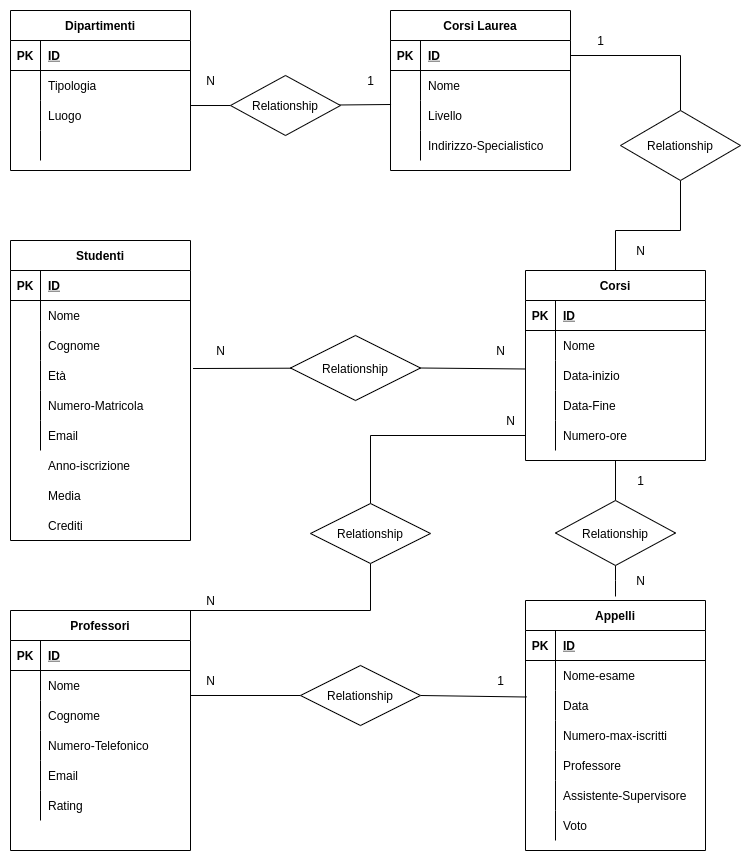
Before: Università-vector.drawio.png, a diagram exported from draw.io (JeromeBranchetti/db-university). Source tidied: cells renumbered, new cells last; positions are measured from the earlier drawing's top-left corner, leaving out a move shared by most shapes.
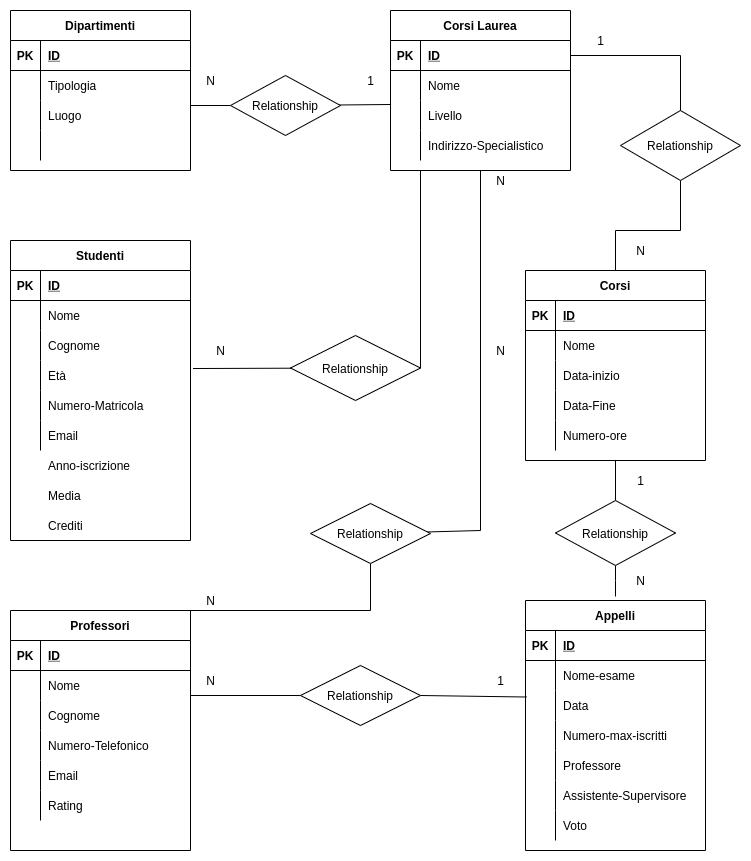
After the commit.

Commit message:
correzione immagine relazione studenti corso laurea

The edit, as a diff of the source:
```diff
@@ -360,8 +360,10 @@
     <mxCell id="118" style="edgeStyle=none;rounded=0;jettySize=auto;html=1;entryX=1.014;entryY=0.267;entryDx=0;entryDy=0;entryPerimeter=0;endArrow=none;endFill=0;" parent="1" edge="1" source="120" target="38">
       <mxGeometry relative="1" as="geometry" />
     </mxCell>
-    <mxCell id="119" style="edgeStyle=none;rounded=0;jettySize=auto;html=1;exitX=1;exitY=0.5;exitDx=0;exitDy=0;entryX=0;entryY=0.283;entryDx=0;entryDy=0;entryPerimeter=0;endArrow=none;endFill=0;" parent="1" edge="1" source="120" target="95">
-      <mxGeometry relative="1" as="geometry" />
+    <mxCell id="119" style="edgeStyle=none;rounded=0;jettySize=auto;html=1;exitX=1;exitY=0.5;exitDx=0;exitDy=0;endArrow=none;endFill=0;" parent="1" edge="1" source="120">
+      <mxGeometry relative="1" as="geometry">
+        <mxPoint x="410" y="160" as="targetPoint" />
+      </mxGeometry>
     </mxCell>
     <mxCell id="120" value="Relationship" style="shape=rhombus;perimeter=rhombusPerimeter;whiteSpace=wrap;html=1;align=center;" parent="1" vertex="1">
       <mxGeometry x="280" y="325" width="130" height="65" as="geometry" />
@@ -418,13 +420,13 @@
         </Array>
       </mxGeometry>
     </mxCell>
-    <mxCell id="134" style="edgeStyle=none;rounded=0;jettySize=auto;html=1;exitX=0.5;exitY=0;exitDx=0;exitDy=0;entryX=0;entryY=0.5;entryDx=0;entryDy=0;endArrow=none;endFill=0;" parent="1" edge="1" source="135" target="101">
-      <mxGeometry relative="1" as="geometry">
-        <Array as="points">
-          <mxPoint x="360" y="425" />
-        </Array>
-      </mxGeometry>
-    </mxCell>
+    <mxCell id="140" style="edgeStyle=none;rounded=0;jettySize=auto;html=1;entryX=0.5;entryY=1;entryDx=0;entryDy=0;endArrow=none;endFill=0;" parent="1" edge="1" source="135" target="15">
+      <mxGeometry relative="1" as="geometry">
+        <Array as="points">
+          <mxPoint x="470" y="520" />
+        </Array>
+      </mxGeometry>
+    </mxCell>
     <mxCell id="135" value="Relationship" style="shape=rhombus;perimeter=rhombusPerimeter;whiteSpace=wrap;html=1;align=center;" parent="1" vertex="1">
       <mxGeometry x="300" y="493" width="120" height="60" as="geometry" />
     </mxCell>
@@ -432,7 +434,7 @@
       <mxGeometry x="190" y="580" width="20" height="20" as="geometry" />
     </mxCell>
     <mxCell id="137" value="N" style="text;html=1;align=center;verticalAlign=middle;strokeColor=none;fillColor=none;" parent="1" vertex="1">
-      <mxGeometry x="490" y="400" width="20" height="20" as="geometry" />
+      <mxGeometry x="480" y="160" width="20" height="20" as="geometry" />
     </mxCell>
     <mxCell id="138" value="1" style="text;html=1;align=center;verticalAlign=middle;strokeColor=none;fillColor=none;" parent="1" vertex="1">
       <mxGeometry x="620" y="460" width="20" height="20" as="geometry" />
```
